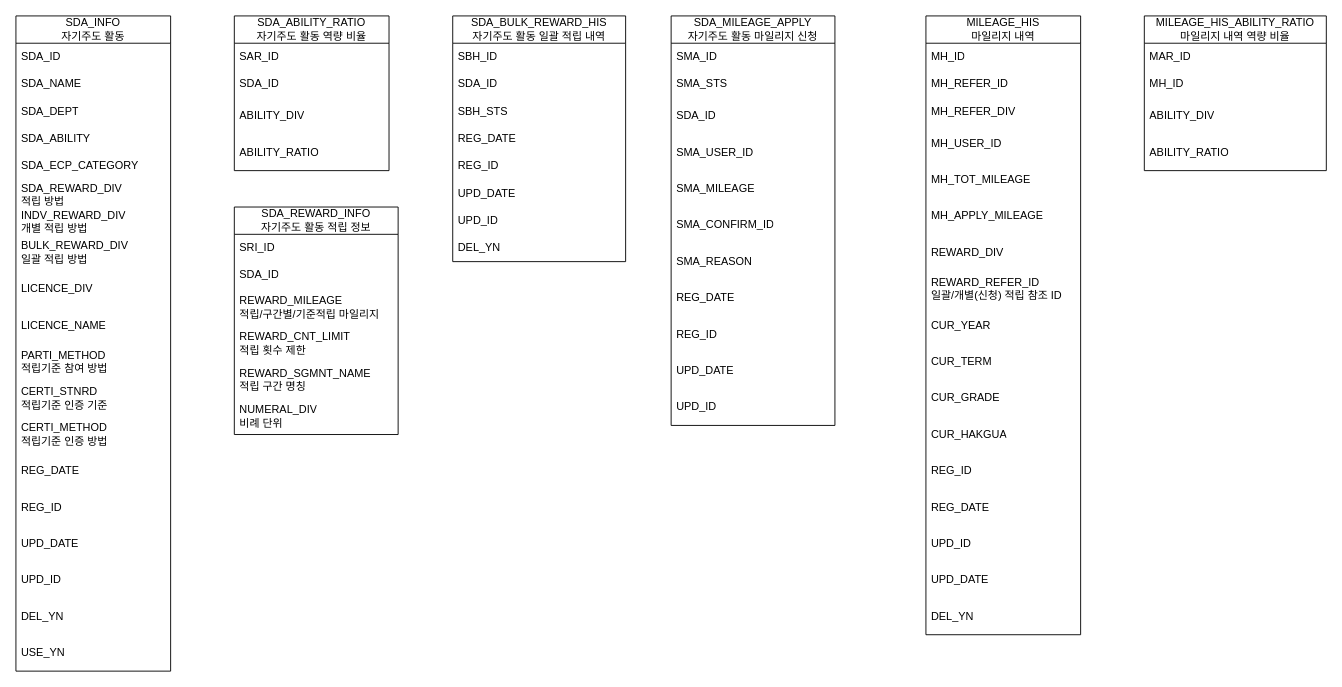
Above: page "마일리지, 자기주도 활동" (1 of 3) of Table Structure.drawio in HAR00N/draw.io (draw.io), before the change. Source tidied: cells renumbered, new cells numbered last; positions are measured from the earlier drawing's top-left corner, leaving out a move shared by most shapes. Both pictures are drawn from the tidied source at 91%, with x=0, y=0 at pixel (15, 15).
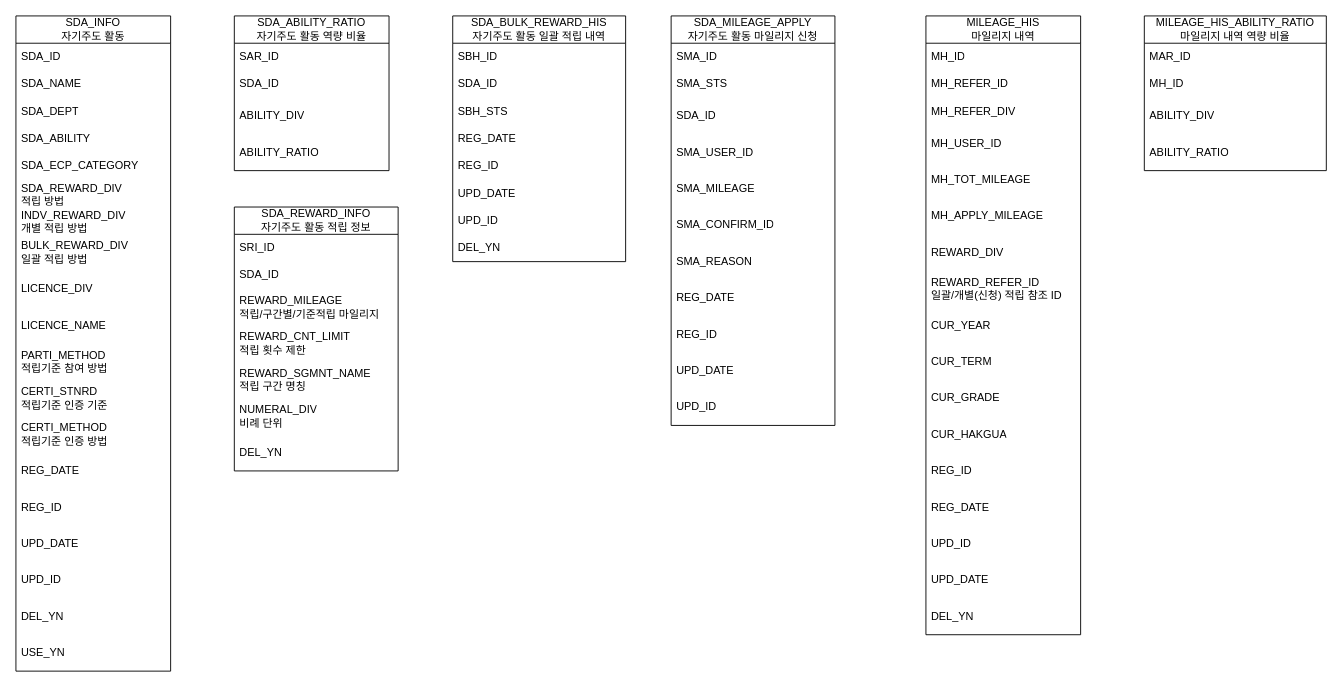
Above is the later version.

Diff of the diagram source:
```diff
@@
     <mxCell id="71" value="&lt;div&gt;SDA_REWARD_INFO&lt;/div&gt;자기주도 활동 적립 정보" style="swimlane;fontStyle=0;horizontal=1;startSize=30;whiteSpace=wrap;html=1;" parent="1" vertex="1">
-      <mxGeometry x="240" y="210" width="180" height="250" as="geometry" />
+      <mxGeometry x="240" y="210" width="180" height="290" as="geometry" />
     </mxCell>
@@
+    <mxCell id="78" value="DEL_YN" style="text;strokeColor=none;fillColor=none;align=left;verticalAlign=middle;spacingLeft=4;spacingRight=4;overflow=hidden;whiteSpace=wrap;html=1;" parent="71" vertex="1">
+      <mxGeometry y="250" width="180" height="40" as="geometry" />
+    </mxCell>
```
